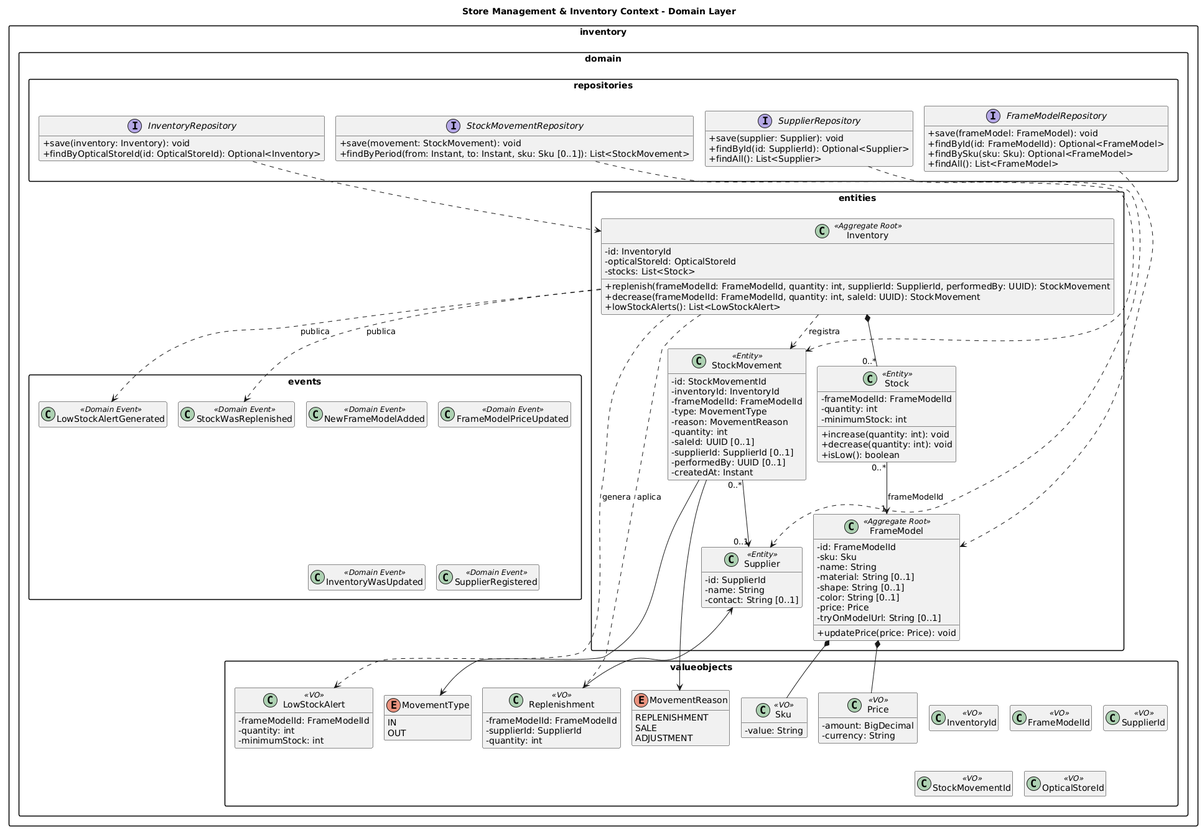
Above: assets/cap2/class-diagram/domain/store-inventory.png in BL-App-Movil-1ACC0238-2620-4951/Logix-OptiFlow-Report (PlantUML), before the change.
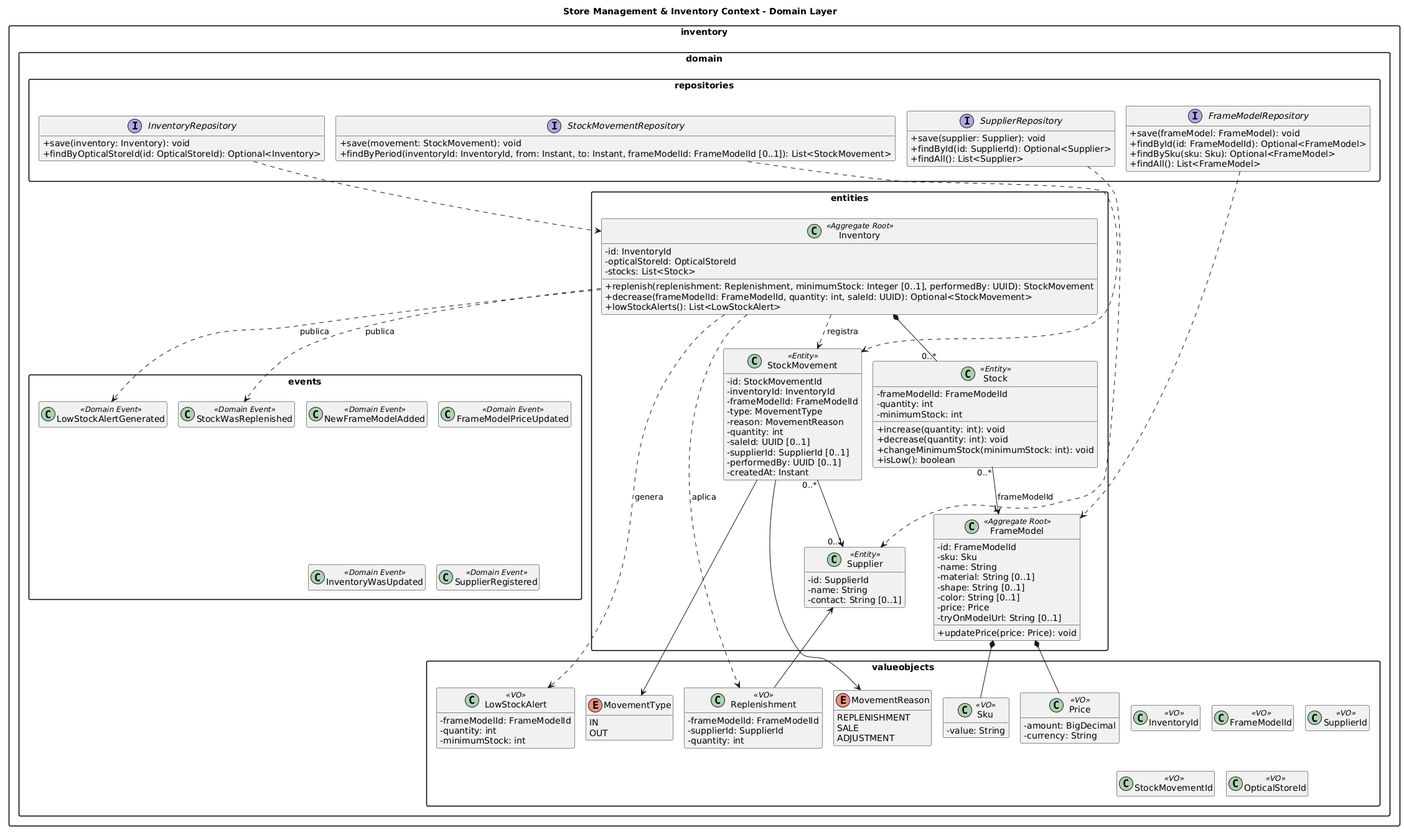
Above is the later version.

Change to the diagram source:
```diff
@@ -14,8 +14,8 @@
       - id: InventoryId
       - opticalStoreId: OpticalStoreId
       - stocks: List<Stock>
-      + replenish(frameModelId: FrameModelId, quantity: int, supplierId: SupplierId, performedBy: UUID): StockMovement
-      + decrease(frameModelId: FrameModelId, quantity: int, saleId: UUID): StockMovement
+      + replenish(replenishment: Replenishment, minimumStock: Integer [0..1], performedBy: UUID): StockMovement
+      + decrease(frameModelId: FrameModelId, quantity: int, saleId: UUID): Optional<StockMovement>
       + lowStockAlerts(): List<LowStockAlert>
     }
     class Stock <<Entity>> {
@@ -24,6 +24,7 @@
       - minimumStock: int
       + increase(quantity: int): void
       + decrease(quantity: int): void
+      + changeMinimumStock(minimumStock: int): void
       + isLow(): boolean
     }
     class FrameModel <<Aggregate Root>> {
@@ -108,7 +109,7 @@
     }
     interface StockMovementRepository {
       + save(movement: StockMovement): void
-      + findByPeriod(from: Instant, to: Instant, sku: Sku [0..1]): List<StockMovement>
+      + findByPeriod(inventoryId: InventoryId, from: Instant, to: Instant, frameModelId: FrameModelId [0..1]): List<StockMovement>
     }
   }
 
```
